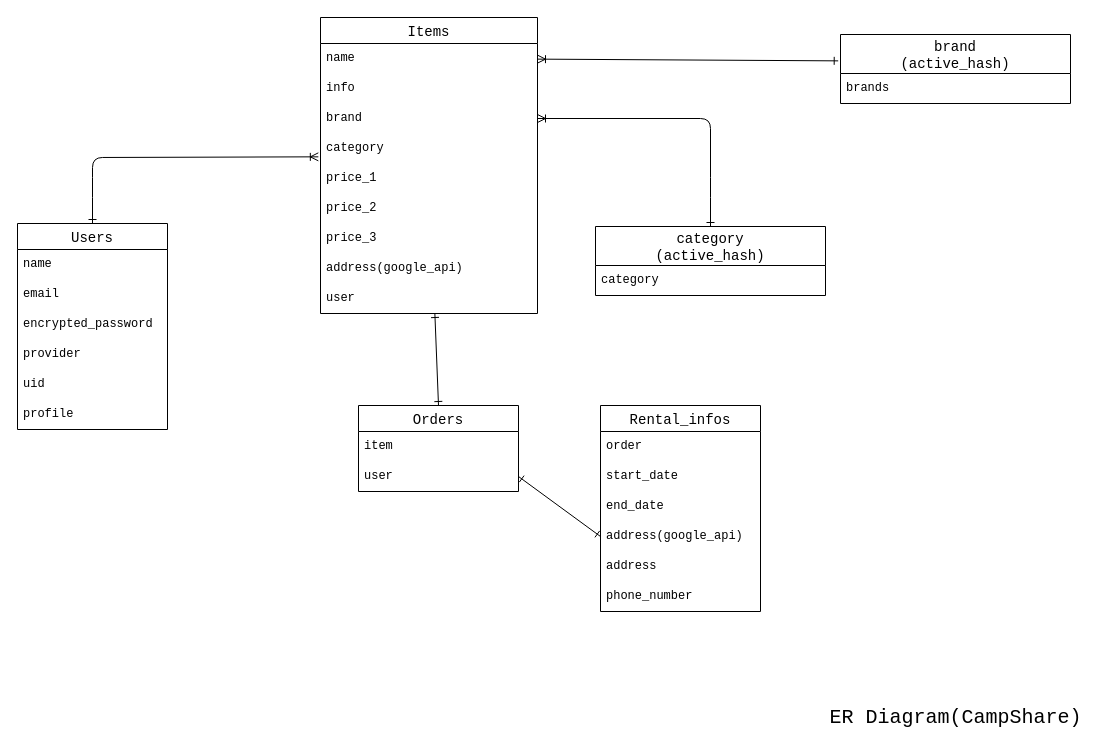
jin5211/campshare keeps this draw.io diagram as tables.dio. Above is the earlier version. Source tidied: cells renumbered, new cells numbered last; positions are measured from the earlier drawing's top-left corner, leaving out a move shared by most shapes. Both pictures are drawn from the tidied source at 100%, with x=0, y=0 at pixel (17, 17).
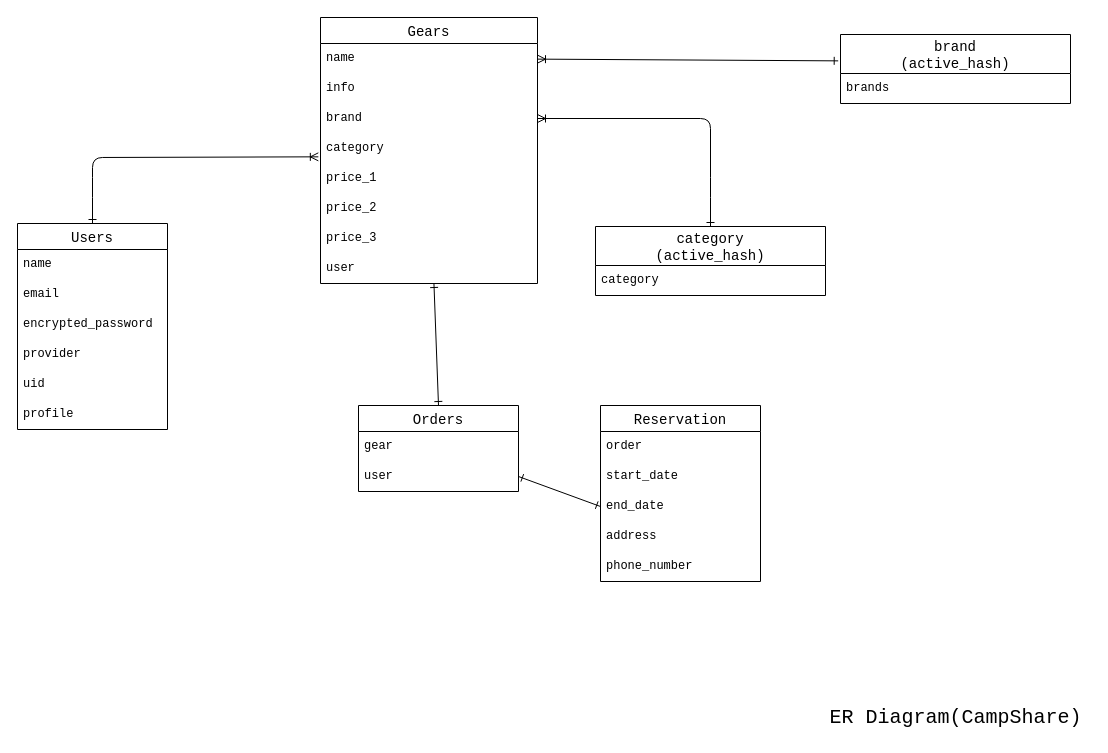
The same diagram, later.

Unchanged cells that the change refers to:
```xml
<mxCell id="14" value="Orders" style="swimlane;fontStyle=0;horizontal=1;startSize=26;align=center;fontSize=14;fontFamily=Courier New;" parent="1" vertex="1">
  <mxGeometry x="341" y="388" width="160" height="86" as="geometry" />
</mxCell>
<mxCell id="16" value="user" style="text;strokeColor=none;fillColor=none;spacingLeft=4;spacingRight=4;overflow=hidden;points=[[0,0.5],[1,0.5]];portConstraint=eastwest;fontSize=12;fontFamily=Courier New;" parent="14" vertex="1">
  <mxGeometry y="56" width="160" height="30" as="geometry" />
</mxCell>
<mxCell id="20" value="end_date" style="text;strokeColor=none;fillColor=none;spacingLeft=4;spacingRight=4;overflow=hidden;points=[[0,0.5],[1,0.5]];portConstraint=eastwest;fontSize=12;fontFamily=Courier New;" parent="17" vertex="1">
  <mxGeometry y="86" width="160" height="30" as="geometry" />
</mxCell>
```

What changed in the source:
```diff
@@
-    <mxCell id="3" value="Items" style="swimlane;fontStyle=0;horizontal=1;startSize=26;align=center;fontSize=14;fontFamily=Courier New;" parent="1" vertex="1">
-      <mxGeometry x="303" width="217" height="296" as="geometry" />
+    <mxCell id="3" value="Gears" style="swimlane;fontStyle=0;horizontal=1;startSize=26;align=center;fontSize=14;fontFamily=Courier New;" parent="1" vertex="1">
+      <mxGeometry x="303" width="217" height="266" as="geometry" />
     </mxCell>
@@
-    <mxCell id="11" value="address(google_api)" style="text;strokeColor=none;fillColor=none;spacingLeft=4;spacingRight=4;overflow=hidden;fontSize=12;fontFamily=Courier New;" parent="3" vertex="1">
-      <mxGeometry y="236" width="217" height="30" as="geometry" />
-    </mxCell>
     <mxCell id="12" value="user" style="text;strokeColor=none;fillColor=none;spacingLeft=4;spacingRight=4;overflow=hidden;fontSize=12;fontFamily=Courier New;" parent="3" vertex="1">
-      <mxGeometry y="266" width="217" height="30" as="geometry" />
+      <mxGeometry y="236" width="217" height="30" as="geometry" />
     </mxCell>
@@
-    <mxCell id="15" value="item" style="text;strokeColor=none;fillColor=none;spacingLeft=4;spacingRight=4;overflow=hidden;points=[[0,0.5],[1,0.5]];portConstraint=eastwest;fontSize=12;fontFamily=Courier New;" parent="14" vertex="1">
+    <mxCell id="15" value="gear" style="text;strokeColor=none;fillColor=none;spacingLeft=4;spacingRight=4;overflow=hidden;points=[[0,0.5],[1,0.5]];portConstraint=eastwest;fontSize=12;fontFamily=Courier New;" parent="14" vertex="1">
       <mxGeometry y="26" width="160" height="30" as="geometry" />
     </mxCell>
@@
-    <mxCell id="17" value="Rental_infos" style="swimlane;fontStyle=0;horizontal=1;startSize=26;align=center;fontSize=14;fontFamily=Courier New;" parent="1" vertex="1">
-      <mxGeometry x="583" y="388" width="160" height="206" as="geometry" />
+    <mxCell id="17" value="Reservation" style="swimlane;fontStyle=0;horizontal=1;startSize=26;align=center;fontSize=14;fontFamily=Courier New;" parent="1" vertex="1">
+      <mxGeometry x="583" y="388" width="160" height="176" as="geometry" />
     </mxCell>
@@
-    <mxCell id="21" value="address(google_api)" style="text;strokeColor=none;fillColor=none;spacingLeft=4;spacingRight=4;overflow=hidden;points=[[0,0.5],[1,0.5]];portConstraint=eastwest;fontSize=12;fontFamily=Courier New;" parent="17" vertex="1">
-      <mxGeometry y="116" width="160" height="30" as="geometry" />
-    </mxCell>
     <mxCell id="22" value="address&#10;" style="text;strokeColor=none;fillColor=none;spacingLeft=4;spacingRight=4;overflow=hidden;fontSize=12;fontFamily=Courier New;" parent="17" vertex="1">
-      <mxGeometry y="146" width="160" height="30" as="geometry" />
+      <mxGeometry y="116" width="160" height="30" as="geometry" />
     </mxCell>
     <mxCell id="23" value="phone_number" style="text;strokeColor=none;fillColor=none;spacingLeft=4;spacingRight=4;overflow=hidden;fontSize=12;fontFamily=Courier New;" parent="17" vertex="1">
-      <mxGeometry y="176" width="160" height="30" as="geometry" />
+      <mxGeometry y="146" width="160" height="30" as="geometry" />
     </mxCell>
@@
-    <mxCell id="40" style="edgeStyle=none;html=1;exitX=1;exitY=0.5;exitDx=0;exitDy=0;entryX=0;entryY=0.5;entryDx=0;entryDy=0;startArrow=ERone;startFill=0;endArrow=ERone;endFill=0;" parent="1" edge="1" source="16" target="21">
+    <mxCell id="40" style="edgeStyle=none;html=1;exitX=1;exitY=0.5;exitDx=0;exitDy=0;entryX=0;entryY=0.5;entryDx=0;entryDy=0;startArrow=ERone;startFill=0;endArrow=ERone;endFill=0;" parent="1" edge="1" source="16">
       <mxGeometry relative="1" as="geometry" />
     </mxCell>
+    <mxCell id="41" style="edgeStyle=none;html=1;exitX=1;exitY=0.5;exitDx=0;exitDy=0;entryX=0;entryY=0.5;entryDx=0;entryDy=0;startArrow=ERone;startFill=0;endArrow=ERone;endFill=0;" parent="1" edge="1" source="16" target="20">
+      <mxGeometry relative="1" as="geometry" />
+    </mxCell>
```
